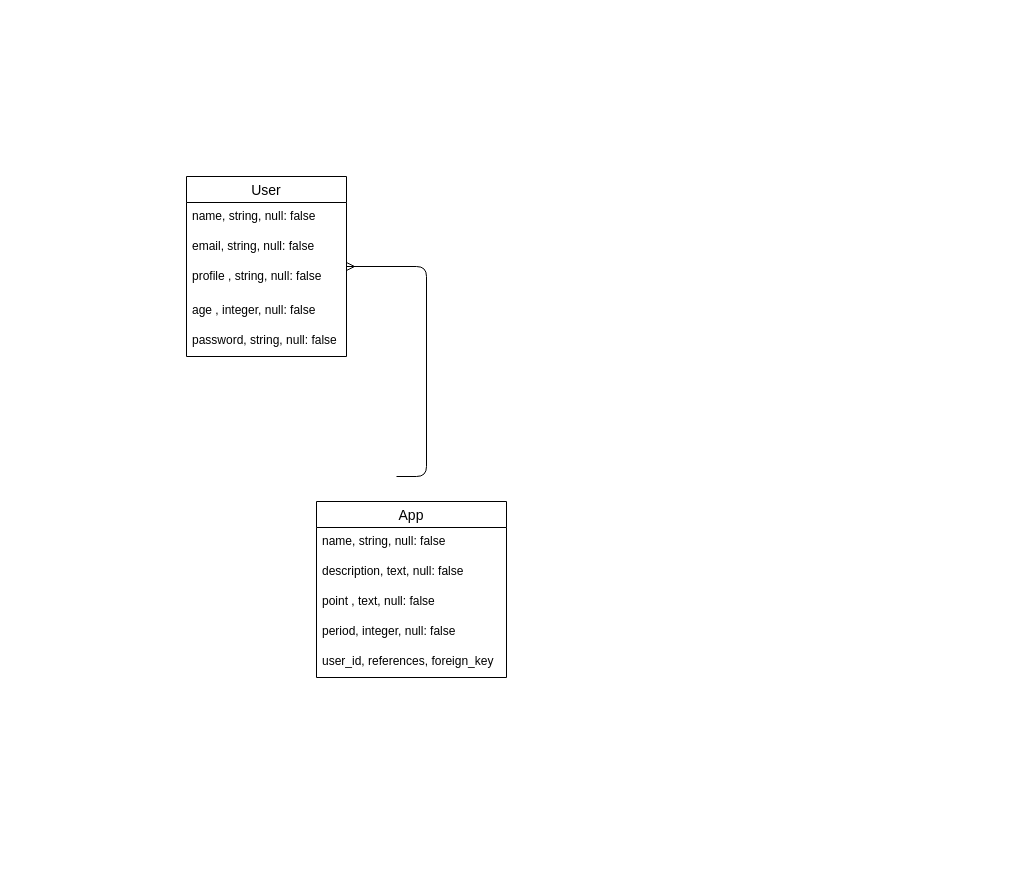
Before: er.dio in aoi1019/find-apps, a draw.io diagram. Source tidied: cells renumbered, new cells numbered last; positions are measured from the earlier drawing's top-left corner, leaving out a move shared by most shapes. Both pictures are drawn from the tidied source at 100%, with x=0, y=0 at pixel (186, 176).
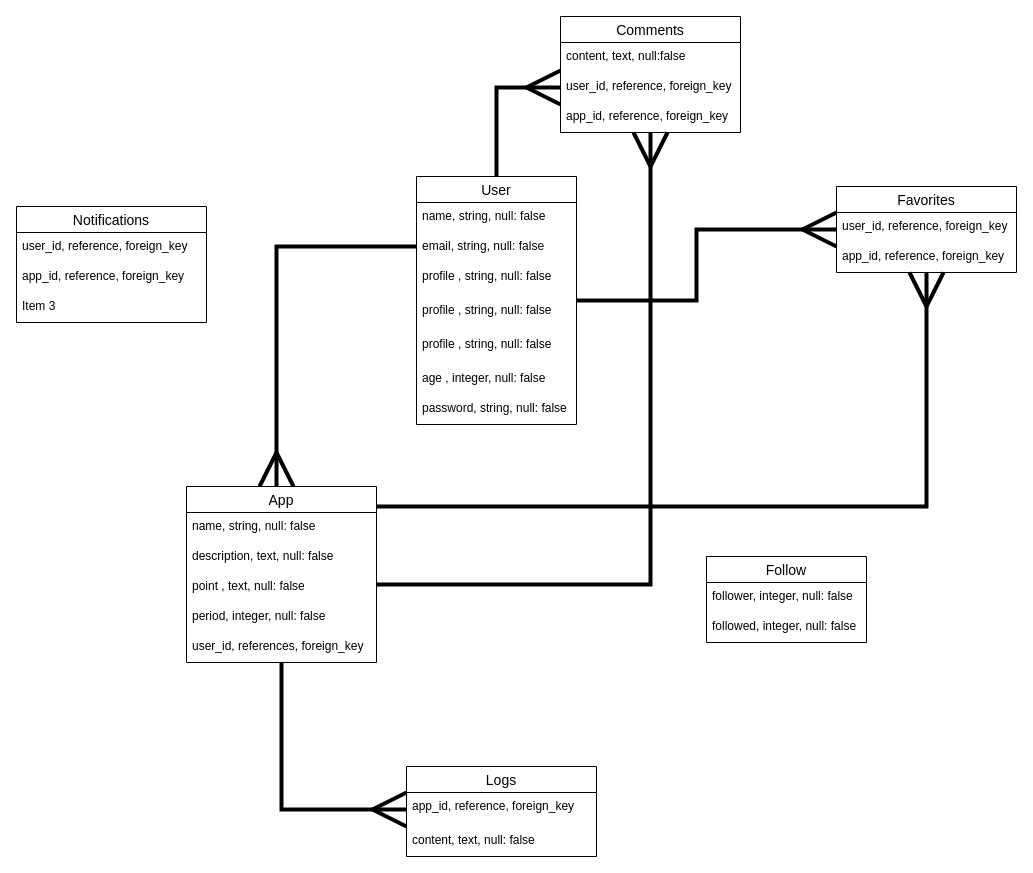
Above is the later version.

What changed in the source:
```diff
@@
+    <mxCell id="15" style="edgeStyle=orthogonalEdgeStyle;rounded=0;jettySize=auto;html=1;startArrow=none;startFill=0;strokeWidth=4;endSize=29;startSize=15;endArrow=ERmany;endFill=0;" parent="1" edge="1" source="2">
+      <mxGeometry relative="1" as="geometry">
+        <mxPoint x="90" y="310" as="targetPoint" />
+        <Array as="points">
+          <mxPoint x="90" y="70" />
+        </Array>
+      </mxGeometry>
+    </mxCell>
+    <mxCell id="16" style="edgeStyle=orthogonalEdgeStyle;rounded=0;jettySize=auto;html=1;entryX=0;entryY=0.5;entryDx=0;entryDy=0;startArrow=none;startFill=0;startSize=15;endArrow=ERmany;endFill=0;endSize=29;strokeWidth=4;" parent="1" edge="1" source="2" target="20">
+      <mxGeometry relative="1" as="geometry">
+        <Array as="points">
+          <mxPoint x="310" y="-89" />
+        </Array>
+      </mxGeometry>
+    </mxCell>
+    <mxCell id="17" style="edgeStyle=orthogonalEdgeStyle;rounded=0;jettySize=auto;html=1;startArrow=none;startFill=0;startSize=15;endArrow=ERmany;endFill=0;endSize=29;strokeWidth=4;" parent="1" edge="1" source="8" target="21">
+      <mxGeometry relative="1" as="geometry">
+        <Array as="points">
+          <mxPoint x="464" y="408" />
+        </Array>
+      </mxGeometry>
+    </mxCell>
+    <mxCell id="18" value="Comments" style="swimlane;fontStyle=0;horizontal=1;startSize=26;align=center;fontSize=14;" parent="1" vertex="1">
+      <mxGeometry x="374" y="-160" width="180" height="116" as="geometry" />
+    </mxCell>
+    <mxCell id="19" value="content, text, null:false" style="text;strokeColor=none;fillColor=none;spacingLeft=4;spacingRight=4;overflow=hidden;fontSize=12;" parent="18" vertex="1">
+      <mxGeometry y="26" width="180" height="30" as="geometry" />
+    </mxCell>
+    <mxCell id="20" value="user_id, reference, foreign_key" style="text;strokeColor=none;fillColor=none;spacingLeft=4;spacingRight=4;overflow=hidden;points=[[0,0.5],[1,0.5]];portConstraint=eastwest;fontSize=12;" parent="18" vertex="1">
+      <mxGeometry y="56" width="180" height="30" as="geometry" />
+    </mxCell>
+    <mxCell id="21" value="app_id, reference, foreign_key" style="text;strokeColor=none;fillColor=none;spacingLeft=4;spacingRight=4;overflow=hidden;points=[[0,0.5],[1,0.5]];portConstraint=eastwest;fontSize=12;" parent="18" vertex="1">
+      <mxGeometry y="86" width="180" height="30" as="geometry" />
+    </mxCell>
+    <mxCell id="22" style="edgeStyle=orthogonalEdgeStyle;rounded=0;jettySize=auto;html=1;startArrow=none;startFill=0;startSize=15;endArrow=ERmany;endFill=0;endSize=29;strokeWidth=4;" parent="1" edge="1" source="2" target="33">
+      <mxGeometry relative="1" as="geometry" />
+    </mxCell>
     <mxCell id="2" value="User" style="swimlane;fontStyle=0;horizontal=1;startSize=26;align=center;fontSize=14;" parent="1" vertex="1">
-      <mxGeometry width="160" height="180" as="geometry" />
+      <mxGeometry x="230" width="160" height="248" as="geometry" />
     </mxCell>
@@
+    <mxCell id="23" value="profile , string, null: false" style="text;strokeColor=none;fillColor=none;spacingLeft=4;spacingRight=4;overflow=hidden;fontSize=12;" parent="2" vertex="1">
+      <mxGeometry y="120" width="160" height="34" as="geometry" />
+    </mxCell>
+    <mxCell id="24" value="profile , string, null: false" style="text;strokeColor=none;fillColor=none;spacingLeft=4;spacingRight=4;overflow=hidden;fontSize=12;" parent="2" vertex="1">
+      <mxGeometry y="154" width="160" height="34" as="geometry" />
+    </mxCell>
     <mxCell id="6" value="age , integer, null: false" style="text;strokeColor=none;fillColor=none;spacingLeft=4;spacingRight=4;overflow=hidden;fontSize=12;" parent="2" vertex="1">
-      <mxGeometry y="120" width="160" height="30" as="geometry" />
+      <mxGeometry y="188" width="160" height="30" as="geometry" />
     </mxCell>
     <mxCell id="7" value="password, string, null: false" style="text;strokeColor=none;fillColor=none;spacingLeft=4;spacingRight=4;overflow=hidden;fontSize=12;" parent="2" vertex="1">
-      <mxGeometry y="150" width="160" height="30" as="geometry" />
+      <mxGeometry y="218" width="160" height="30" as="geometry" />
     </mxCell>
+    <mxCell id="25" style="edgeStyle=orthogonalEdgeStyle;rounded=0;jettySize=auto;html=1;startArrow=none;startFill=0;startSize=15;endArrow=ERmany;endFill=0;endSize=29;strokeWidth=4;" parent="1" edge="1" source="8" target="33">
+      <mxGeometry relative="1" as="geometry">
+        <Array as="points">
+          <mxPoint x="740" y="330" />
+        </Array>
+      </mxGeometry>
+    </mxCell>
+    <mxCell id="26" style="edgeStyle=orthogonalEdgeStyle;rounded=0;jettySize=auto;html=1;startArrow=none;startFill=0;startSize=15;endArrow=ERmany;endFill=0;endSize=29;strokeWidth=4;" parent="1" edge="1" source="8" target="31">
+      <mxGeometry relative="1" as="geometry" />
+    </mxCell>
     <mxCell id="8" value="App" style="swimlane;fontStyle=0;horizontal=1;startSize=26;align=center;fontSize=14;" parent="1" vertex="1">
-      <mxGeometry x="130" y="325" width="190" height="176" as="geometry" />
+      <mxGeometry y="310" width="190" height="176" as="geometry" />
     </mxCell>
@@
-    <mxCell id="14" style="edgeStyle=entityRelationEdgeStyle;fontSize=12;html=1;endArrow=ERmany;" parent="1" edge="1" target="2">
-      <mxGeometry relative="1" as="geometry">
-        <mxPoint x="210" y="300" as="sourcePoint" />
-      </mxGeometry>
-    </mxCell>
+    <mxCell id="27" value="Follow" style="swimlane;fontStyle=0;horizontal=1;startSize=26;align=center;fontSize=14;" parent="1" vertex="1">
+      <mxGeometry x="520" y="380" width="160" height="86" as="geometry" />
+    </mxCell>
+    <mxCell id="28" value="follower, integer, null: false" style="text;strokeColor=none;fillColor=none;spacingLeft=4;spacingRight=4;overflow=hidden;fontSize=12;" parent="27" vertex="1">
+      <mxGeometry y="26" width="160" height="30" as="geometry" />
+    </mxCell>
+    <mxCell id="29" value="followed, integer, null: false" style="text;strokeColor=none;fillColor=none;spacingLeft=4;spacingRight=4;overflow=hidden;fontSize=12;" parent="27" vertex="1">
+      <mxGeometry y="56" width="160" height="30" as="geometry" />
+    </mxCell>
+    <mxCell id="30" value="Logs" style="swimlane;fontStyle=0;horizontal=1;startSize=26;align=center;fontSize=14;" parent="1" vertex="1">
+      <mxGeometry x="220" y="590" width="190" height="90" as="geometry" />
+    </mxCell>
+    <mxCell id="31" value="app_id, reference, foreign_key" style="text;strokeColor=none;fillColor=none;spacingLeft=4;spacingRight=4;overflow=hidden;points=[[0,0.5],[1,0.5]];portConstraint=eastwest;fontSize=12;" parent="30" vertex="1">
+      <mxGeometry y="26" width="190" height="34" as="geometry" />
+    </mxCell>
+    <mxCell id="32" value="content, text, null: false" style="text;strokeColor=none;fillColor=none;spacingLeft=4;spacingRight=4;overflow=hidden;fontSize=12;" parent="30" vertex="1">
+      <mxGeometry y="60" width="190" height="30" as="geometry" />
+    </mxCell>
+    <mxCell id="33" value="Favorites" style="swimlane;fontStyle=0;horizontal=1;startSize=26;align=center;fontSize=14;" parent="1" vertex="1">
+      <mxGeometry x="650" y="10" width="180" height="86" as="geometry" />
+    </mxCell>
+    <mxCell id="34" value="user_id, reference, foreign_key&#10;" style="text;strokeColor=none;fillColor=none;spacingLeft=4;spacingRight=4;overflow=hidden;fontSize=12;" parent="33" vertex="1">
+      <mxGeometry y="26" width="180" height="30" as="geometry" />
+    </mxCell>
+    <mxCell id="35" value="app_id, reference, foreign_key" style="text;strokeColor=none;fillColor=none;spacingLeft=4;spacingRight=4;overflow=hidden;fontSize=12;" parent="33" vertex="1">
+      <mxGeometry y="56" width="180" height="30" as="geometry" />
+    </mxCell>
+    <mxCell id="36" value="Notifications" style="swimlane;fontStyle=0;horizontal=1;startSize=26;align=center;fontSize=14;" parent="1" vertex="1">
+      <mxGeometry x="-170" y="30" width="190" height="116" as="geometry" />
+    </mxCell>
+    <mxCell id="37" value="user_id, reference, foreign_key" style="text;strokeColor=none;fillColor=none;spacingLeft=4;spacingRight=4;overflow=hidden;fontSize=12;" parent="36" vertex="1">
+      <mxGeometry y="26" width="190" height="30" as="geometry" />
+    </mxCell>
+    <mxCell id="38" value="app_id, reference, foreign_key" style="text;strokeColor=none;fillColor=none;spacingLeft=4;spacingRight=4;overflow=hidden;fontSize=12;" parent="36" vertex="1">
+      <mxGeometry y="56" width="190" height="30" as="geometry" />
+    </mxCell>
+    <mxCell id="39" value="Item 3" style="text;strokeColor=none;fillColor=none;spacingLeft=4;spacingRight=4;overflow=hidden;fontSize=12;" parent="36" vertex="1">
+      <mxGeometry y="86" width="190" height="30" as="geometry" />
+    </mxCell>
```
